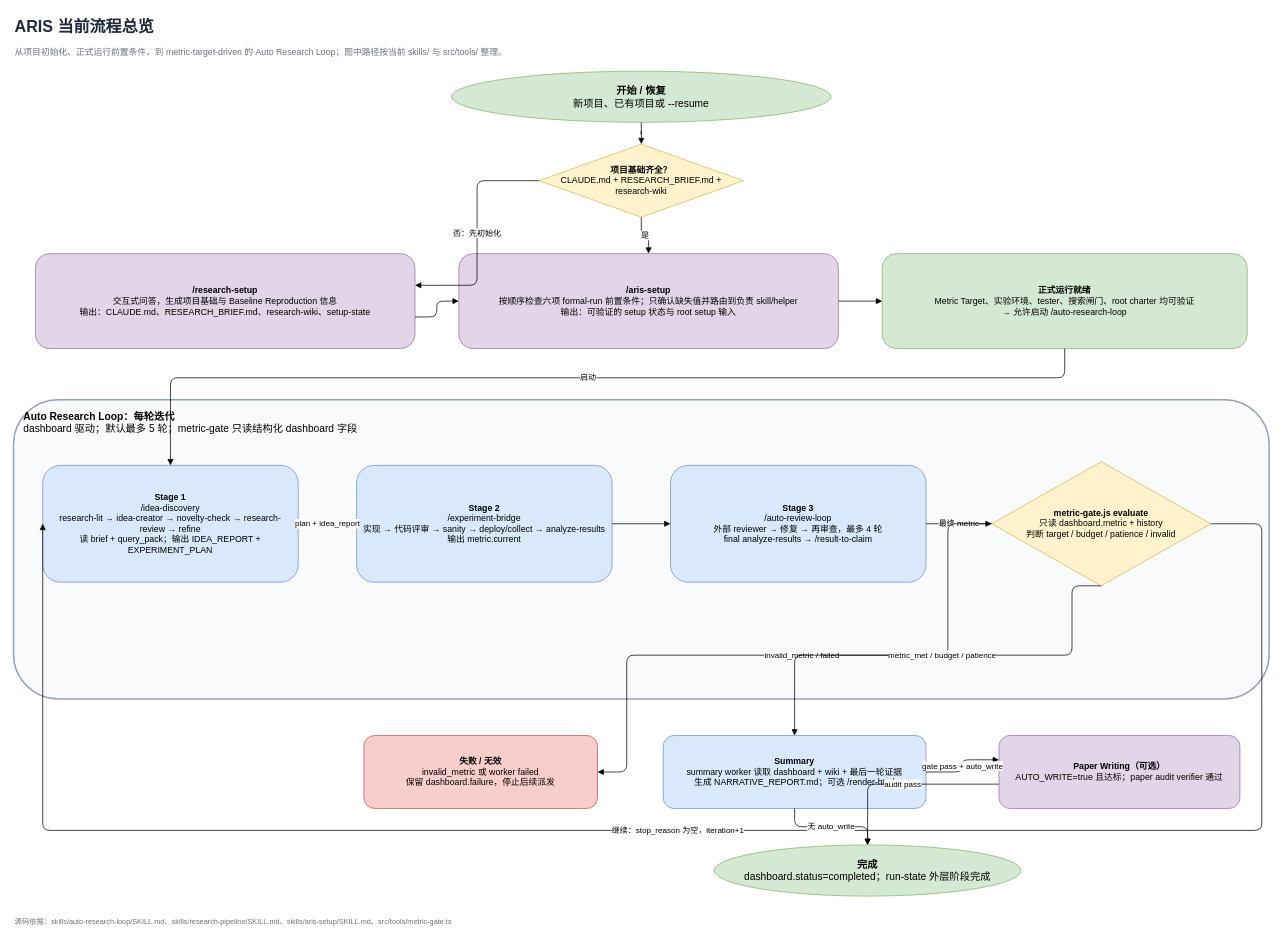
This is page "00 总览：设置到自动研究循环" (1 of 6) of packages/Auto-claude-code-research-in-sleep/docs/auto-research-loop-and-skills-flow.drawio from justforyou16007/paseo, a draw.io file, before an edit. Source tidied: cells renumbered, new cells numbered last; positions are measured from the earlier drawing's top-left corner, leaving out a move shared by most shapes. Both pictures are drawn from the tidied source at 73%, with x=0, y=0 at pixel (13, 12).
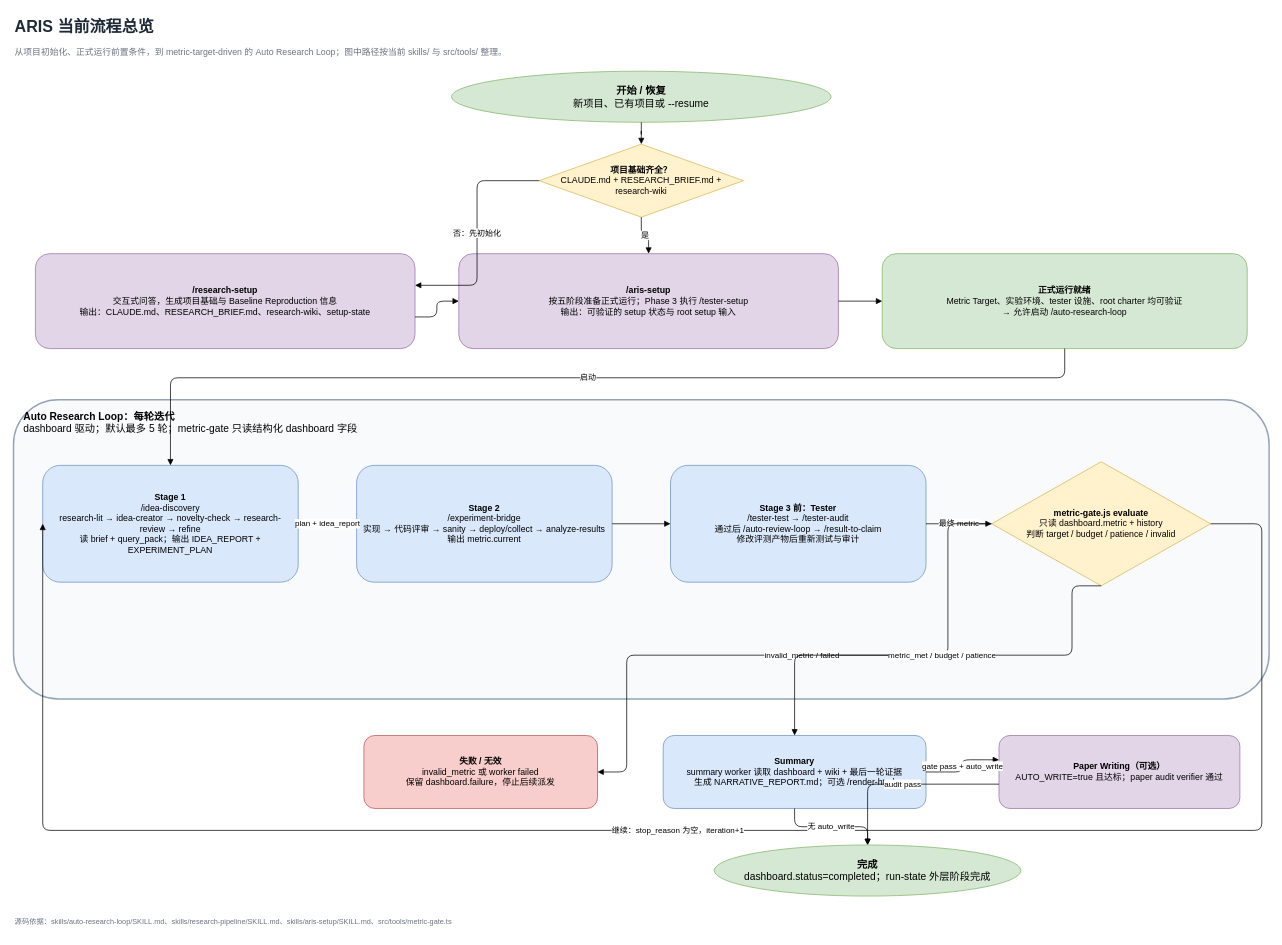
The same diagram, later.

The change refers to these unchanged cells:
```xml
<mxCell id="9" value="&lt;b&gt;Auto Research Loop：每轮迭代&lt;/b&gt;&lt;br&gt;dashboard 驱动；默认最多 5 轮；metric-gate 只读结构化 dashboard 字段" style="rounded=1;whiteSpace=wrap;html=1;fillColor=#f8fafc;strokeColor=#94a3b8;strokeWidth=2;verticalAlign=top;align=left;spacingTop=8;spacingLeft=12;fontSize=14;" parent="1" vertex="1">
  <mxGeometry y="530" width="1720" height="410" as="geometry" />
</mxCell>
```

The edit, as a diff of the source:
```diff
@@
-    <mxCell id="7" value="&lt;b&gt;/aris-setup&lt;/b&gt;&lt;br&gt;按顺序检查六项 formal-run 前置条件；只确认缺失值并路由到负责 skill/helper&lt;br&gt;输出：可验证的 setup 状态与 root setup 输入" style="rounded=1;whiteSpace=wrap;html=1;fillColor=#e1d5e7;strokeColor=#9673a6;fontSize=12;spacing=8;" parent="1" vertex="1">
+    <mxCell id="7" value="&lt;b&gt;/aris-setup&lt;/b&gt;&lt;br&gt;按五阶段准备正式运行；Phase 3 执行 /tester-setup&lt;br&gt;输出：可验证的 setup 状态与 root setup 输入" style="rounded=1;whiteSpace=wrap;html=1;fillColor=#e1d5e7;strokeColor=#9673a6;fontSize=12;spacing=8;" parent="1" vertex="1">
       <mxGeometry x="610" y="330" width="520" height="130" as="geometry" />
     </mxCell>
-    <mxCell id="8" value="&lt;b&gt;正式运行就绪&lt;/b&gt;&lt;br&gt;Metric Target、实验环境、tester、搜索闸门、root charter 均可验证&lt;br&gt;→ 允许启动 /auto-research-loop" style="rounded=1;whiteSpace=wrap;html=1;fillColor=#d5e8d4;strokeColor=#82b366;fontSize=12;spacing=8;" parent="1" vertex="1">
+    <mxCell id="8" value="&lt;b&gt;正式运行就绪&lt;/b&gt;&lt;br&gt;Metric Target、实验环境、tester 设施、root charter 均可验证&lt;br&gt;→ 允许启动 /auto-research-loop" style="rounded=1;whiteSpace=wrap;html=1;fillColor=#d5e8d4;strokeColor=#82b366;fontSize=12;spacing=8;" parent="1" vertex="1">
       <mxGeometry x="1190" y="330" width="500" height="130" as="geometry" />
     </mxCell>
@@
-    <mxCell id="12" value="&lt;b&gt;Stage 3&lt;/b&gt;&lt;br&gt;/auto-review-loop&lt;br&gt;外部 reviewer → 修复 → 再审查，最多 4 轮&lt;br&gt;final analyze-results → /result-to-claim" style="rounded=1;whiteSpace=wrap;html=1;fillColor=#dae8fc;strokeColor=#6c8ebf;fontSize=12;spacing=8;" parent="9" vertex="1">
+    <mxCell id="12" value="&lt;b&gt;Stage 3 前：Tester&lt;/b&gt;&lt;br&gt;/tester-test → /tester-audit&lt;br&gt;通过后 /auto-review-loop → /result-to-claim&lt;br&gt;修改评测产物后重新测试与审计" style="rounded=1;whiteSpace=wrap;html=1;fillColor=#dae8fc;strokeColor=#6c8ebf;fontSize=12;spacing=8;" parent="9" vertex="1">
       <mxGeometry x="900" y="90" width="350" height="160" as="geometry" />
     </mxCell>
```
